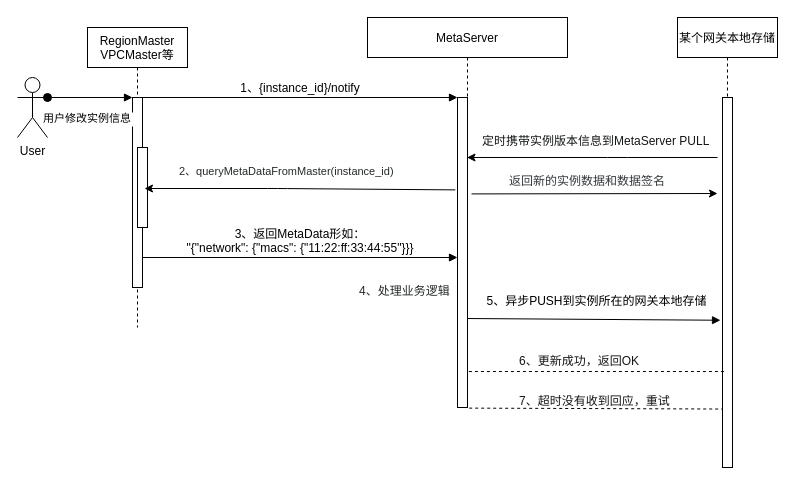
Above: page "Page-1" (1 of 4) of about/Untitled Diagram.drawio in acewzj/post_md (draw.io), before the change. Source tidied: cells renumbered, new cells numbered last; positions are measured from the earlier drawing's top-left corner, leaving out a move shared by most shapes. Both pictures are drawn from the tidied source at 100%, with x=0, y=0 at pixel (17, 17).
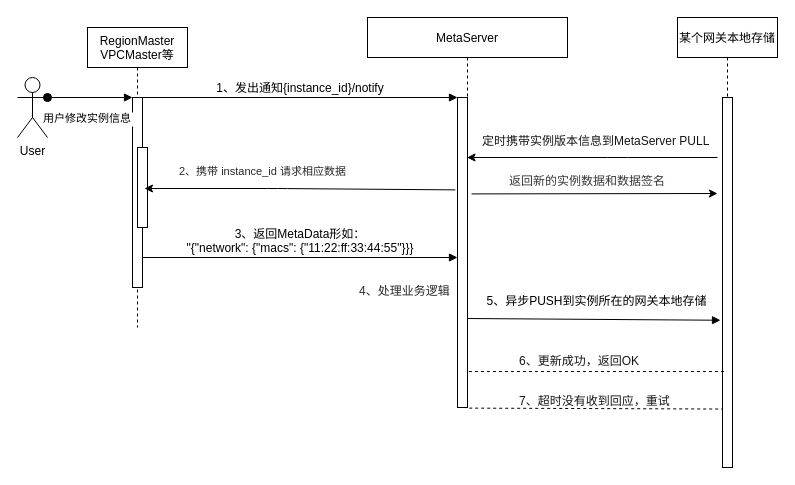
After the change.

Unchanged cells that the change refers to:
```xml
<mxCell id="3" style="points=[];perimeter=orthogonalPerimeter;rounded=0;shadow=0;strokeWidth=1;" parent="2" vertex="1">
  <mxGeometry x="45" y="70" width="10" height="190" as="geometry" />
</mxCell>
<mxCell id="7" style="points=[];perimeter=orthogonalPerimeter;rounded=0;shadow=0;strokeWidth=1;" parent="6" vertex="1">
  <mxGeometry x="90" y="80" width="10" height="310" as="geometry" />
</mxCell>
```

The edit, as a diff of the source:
```diff
@@
-    <mxCell id="9" value="1、{instance_id}/notify" style="verticalAlign=bottom;endArrow=block;entryX=0;entryY=0;shadow=0;strokeWidth=1;fontSize=12;" parent="1" edge="1" source="3" target="7">
+    <mxCell id="9" value="1、发出通知{instance_id}/notify" style="verticalAlign=bottom;endArrow=block;entryX=0;entryY=0;shadow=0;strokeWidth=1;fontSize=12;" parent="1" edge="1" source="3" target="7">
       <mxGeometry relative="1" as="geometry" />
     </mxCell>
@@
-    <mxCell id="11" value="&lt;div style=&quot;text-align: center&quot;&gt;&lt;font color=&quot;#25292a&quot; face=&quot;helvetica&quot;&gt;&lt;span style=&quot;font-size: 11px&quot;&gt;2、queryMetaDataFromMaster(instance_id)&lt;/span&gt;&lt;/font&gt;&lt;/div&gt;" style="text;whiteSpace=wrap;html=1;labelBackgroundColor=#ffffff;" parent="1" vertex="1">
+    <mxCell id="11" value="&lt;div style=&quot;text-align: center&quot;&gt;&lt;font color=&quot;#25292a&quot; face=&quot;helvetica&quot;&gt;&lt;span style=&quot;font-size: 11px&quot;&gt;2、携带 instance_id 请求相应数据&lt;/span&gt;&lt;/font&gt;&lt;/div&gt;" style="text;whiteSpace=wrap;html=1;labelBackgroundColor=#ffffff;" parent="1" vertex="1">
       <mxGeometry x="160" y="140" width="250" height="30" as="geometry" />
     </mxCell>
```
